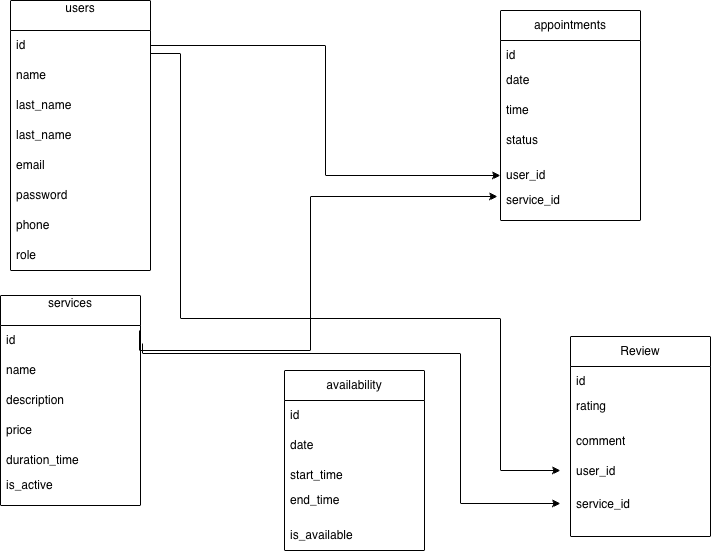
Earlier version of the draw.io export Diagrama sin título.drawio.png (MelinaZarateB/back-lusirius). Source tidied: cells renumbered, new cells last; positions are measured from the earlier drawing's top-left corner, leaving out a move shared by most shapes.
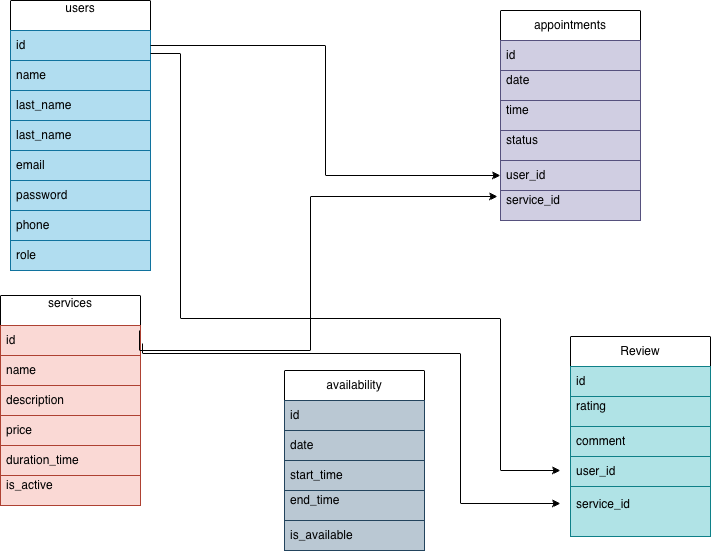
Above is the later version.

The edit, as a diff of the source:
```diff
@@ -5,76 +5,76 @@
     <mxCell id="2" value="users&lt;div&gt;&lt;br&gt;&lt;/div&gt;" style="swimlane;fontStyle=0;horizontal=1;startSize=30;whiteSpace=wrap;html=1;" parent="1" vertex="1">
       <mxGeometry x="10" width="140" height="270" as="geometry" />
     </mxCell>
-    <mxCell id="3" value="id" style="text;strokeColor=none;fillColor=none;align=left;verticalAlign=middle;spacingLeft=4;spacingRight=4;overflow=hidden;points=[[0,0.5],[1,0.5]];portConstraint=eastwest;whiteSpace=wrap;html=1;" parent="2" vertex="1">
+    <mxCell id="3" value="id" style="text;strokeColor=#10739e;fillColor=#b1ddf0;align=left;verticalAlign=middle;spacingLeft=4;spacingRight=4;overflow=hidden;points=[[0,0.5],[1,0.5]];portConstraint=eastwest;whiteSpace=wrap;html=1;" parent="2" vertex="1">
       <mxGeometry y="30" width="140" height="30" as="geometry" />
     </mxCell>
-    <mxCell id="4" value="name" style="text;strokeColor=none;fillColor=none;align=left;verticalAlign=middle;spacingLeft=4;spacingRight=4;overflow=hidden;whiteSpace=wrap;html=1;" parent="2" vertex="1">
+    <mxCell id="4" value="name" style="text;align=left;verticalAlign=middle;spacingLeft=4;spacingRight=4;overflow=hidden;whiteSpace=wrap;html=1;fillColor=#b1ddf0;strokeColor=#10739e;" parent="2" vertex="1">
       <mxGeometry y="60" width="140" height="30" as="geometry" />
     </mxCell>
-    <mxCell id="5" value="last_name" style="text;strokeColor=none;fillColor=none;align=left;verticalAlign=middle;spacingLeft=4;spacingRight=4;overflow=hidden;whiteSpace=wrap;html=1;" parent="2" vertex="1">
+    <mxCell id="5" value="last_name" style="text;strokeColor=#10739e;fillColor=#b1ddf0;align=left;verticalAlign=middle;spacingLeft=4;spacingRight=4;overflow=hidden;whiteSpace=wrap;html=1;" parent="2" vertex="1">
       <mxGeometry y="90" width="140" height="30" as="geometry" />
     </mxCell>
-    <mxCell id="6" value="last_name" style="text;strokeColor=none;fillColor=none;align=left;verticalAlign=middle;spacingLeft=4;spacingRight=4;overflow=hidden;whiteSpace=wrap;html=1;" parent="2" vertex="1">
+    <mxCell id="6" value="last_name" style="text;strokeColor=#10739e;fillColor=#b1ddf0;align=left;verticalAlign=middle;spacingLeft=4;spacingRight=4;overflow=hidden;whiteSpace=wrap;html=1;" parent="2" vertex="1">
       <mxGeometry y="120" width="140" height="30" as="geometry" />
     </mxCell>
-    <mxCell id="7" value="email" style="text;strokeColor=none;fillColor=none;align=left;verticalAlign=middle;spacingLeft=4;spacingRight=4;overflow=hidden;whiteSpace=wrap;html=1;" parent="2" vertex="1">
+    <mxCell id="7" value="email" style="text;strokeColor=#10739e;fillColor=#b1ddf0;align=left;verticalAlign=middle;spacingLeft=4;spacingRight=4;overflow=hidden;whiteSpace=wrap;html=1;" parent="2" vertex="1">
       <mxGeometry y="150" width="140" height="30" as="geometry" />
     </mxCell>
-    <mxCell id="8" value="password" style="text;strokeColor=none;fillColor=none;align=left;verticalAlign=middle;spacingLeft=4;spacingRight=4;overflow=hidden;whiteSpace=wrap;html=1;" parent="2" vertex="1">
+    <mxCell id="8" value="password" style="text;strokeColor=#10739e;fillColor=#b1ddf0;align=left;verticalAlign=middle;spacingLeft=4;spacingRight=4;overflow=hidden;whiteSpace=wrap;html=1;" parent="2" vertex="1">
       <mxGeometry y="180" width="140" height="30" as="geometry" />
     </mxCell>
-    <mxCell id="9" value="phone" style="text;strokeColor=none;fillColor=none;align=left;verticalAlign=middle;spacingLeft=4;spacingRight=4;overflow=hidden;whiteSpace=wrap;html=1;" parent="2" vertex="1">
+    <mxCell id="9" value="phone" style="text;strokeColor=#10739e;fillColor=#b1ddf0;align=left;verticalAlign=middle;spacingLeft=4;spacingRight=4;overflow=hidden;whiteSpace=wrap;html=1;" parent="2" vertex="1">
       <mxGeometry y="210" width="140" height="30" as="geometry" />
     </mxCell>
-    <mxCell id="10" value="role" style="text;strokeColor=none;fillColor=none;align=left;verticalAlign=middle;spacingLeft=4;spacingRight=4;overflow=hidden;whiteSpace=wrap;html=1;" parent="2" vertex="1">
+    <mxCell id="10" value="role" style="text;strokeColor=#10739e;fillColor=#b1ddf0;align=left;verticalAlign=middle;spacingLeft=4;spacingRight=4;overflow=hidden;whiteSpace=wrap;html=1;" parent="2" vertex="1">
       <mxGeometry y="240" width="140" height="30" as="geometry" />
     </mxCell>
     <mxCell id="11" value="services&lt;div&gt;&lt;br&gt;&lt;/div&gt;" style="swimlane;fontStyle=0;horizontal=1;startSize=30;whiteSpace=wrap;html=1;" parent="1" vertex="1">
       <mxGeometry y="295" width="140" height="210" as="geometry" />
     </mxCell>
-    <mxCell id="12" value="id" style="text;strokeColor=none;fillColor=none;align=left;verticalAlign=middle;spacingLeft=4;spacingRight=4;overflow=hidden;points=[[0,0.5],[1,0.5]];portConstraint=eastwest;whiteSpace=wrap;html=1;" parent="11" vertex="1">
+    <mxCell id="12" value="id" style="text;strokeColor=#ae4132;fillColor=#fad9d5;align=left;verticalAlign=middle;spacingLeft=4;spacingRight=4;overflow=hidden;points=[[0,0.5],[1,0.5]];portConstraint=eastwest;whiteSpace=wrap;html=1;" parent="11" vertex="1">
       <mxGeometry y="30" width="140" height="30" as="geometry" />
     </mxCell>
-    <mxCell id="13" value="name" style="text;strokeColor=none;fillColor=none;align=left;verticalAlign=middle;spacingLeft=4;spacingRight=4;overflow=hidden;whiteSpace=wrap;html=1;" parent="11" vertex="1">
+    <mxCell id="13" value="name" style="text;strokeColor=#ae4132;fillColor=#fad9d5;align=left;verticalAlign=middle;spacingLeft=4;spacingRight=4;overflow=hidden;whiteSpace=wrap;html=1;" parent="11" vertex="1">
       <mxGeometry y="60" width="140" height="30" as="geometry" />
     </mxCell>
-    <mxCell id="14" value="description" style="text;strokeColor=none;fillColor=none;align=left;verticalAlign=middle;spacingLeft=4;spacingRight=4;overflow=hidden;whiteSpace=wrap;html=1;" parent="11" vertex="1">
+    <mxCell id="14" value="description" style="text;strokeColor=#ae4132;fillColor=#fad9d5;align=left;verticalAlign=middle;spacingLeft=4;spacingRight=4;overflow=hidden;whiteSpace=wrap;html=1;" parent="11" vertex="1">
       <mxGeometry y="90" width="140" height="30" as="geometry" />
     </mxCell>
-    <mxCell id="15" value="price" style="text;strokeColor=none;fillColor=none;align=left;verticalAlign=middle;spacingLeft=4;spacingRight=4;overflow=hidden;whiteSpace=wrap;html=1;" parent="11" vertex="1">
+    <mxCell id="15" value="price" style="text;strokeColor=#ae4132;fillColor=#fad9d5;align=left;verticalAlign=middle;spacingLeft=4;spacingRight=4;overflow=hidden;whiteSpace=wrap;html=1;" parent="11" vertex="1">
       <mxGeometry y="120" width="140" height="30" as="geometry" />
     </mxCell>
-    <mxCell id="16" value="duration_time" style="text;strokeColor=none;fillColor=none;align=left;verticalAlign=middle;spacingLeft=4;spacingRight=4;overflow=hidden;whiteSpace=wrap;html=1;" parent="11" vertex="1">
+    <mxCell id="16" value="duration_time" style="text;strokeColor=#ae4132;fillColor=#fad9d5;align=left;verticalAlign=middle;spacingLeft=4;spacingRight=4;overflow=hidden;whiteSpace=wrap;html=1;" parent="11" vertex="1">
       <mxGeometry y="150" width="140" height="30" as="geometry" />
     </mxCell>
-    <mxCell id="17" value="is_active&lt;div&gt;&lt;br&gt;&lt;/div&gt;" style="text;strokeColor=none;fillColor=none;align=left;verticalAlign=middle;spacingLeft=4;spacingRight=4;overflow=hidden;whiteSpace=wrap;html=1;" parent="11" vertex="1">
+    <mxCell id="17" value="is_active&lt;div&gt;&lt;br&gt;&lt;/div&gt;" style="text;strokeColor=#ae4132;fillColor=#fad9d5;align=left;verticalAlign=middle;spacingLeft=4;spacingRight=4;overflow=hidden;whiteSpace=wrap;html=1;" parent="11" vertex="1">
       <mxGeometry y="180" width="140" height="30" as="geometry" />
     </mxCell>
     <mxCell id="18" value="appointments" style="swimlane;fontStyle=0;horizontal=1;startSize=30;whiteSpace=wrap;html=1;" parent="1" vertex="1">
       <mxGeometry x="500" y="10" width="140" height="210" as="geometry" />
     </mxCell>
-    <mxCell id="19" value="id" style="text;strokeColor=none;fillColor=none;align=left;verticalAlign=middle;spacingLeft=4;spacingRight=4;overflow=hidden;whiteSpace=wrap;html=1;" parent="18" vertex="1">
+    <mxCell id="19" value="id" style="text;strokeColor=#56517e;fillColor=#d0cee2;align=left;verticalAlign=middle;spacingLeft=4;spacingRight=4;overflow=hidden;whiteSpace=wrap;html=1;" parent="18" vertex="1">
       <mxGeometry y="30" width="140" height="30" as="geometry" />
     </mxCell>
-    <mxCell id="20" value="date&lt;div&gt;&lt;br&gt;&lt;/div&gt;" style="text;strokeColor=none;fillColor=none;align=left;verticalAlign=middle;spacingLeft=4;spacingRight=4;overflow=hidden;whiteSpace=wrap;html=1;" parent="18" vertex="1">
+    <mxCell id="20" value="date&lt;div&gt;&lt;br&gt;&lt;/div&gt;" style="text;strokeColor=#56517e;fillColor=#d0cee2;align=left;verticalAlign=middle;spacingLeft=4;spacingRight=4;overflow=hidden;whiteSpace=wrap;html=1;" parent="18" vertex="1">
       <mxGeometry y="60" width="140" height="30" as="geometry" />
     </mxCell>
-    <mxCell id="21" value="time&lt;div&gt;&lt;br&gt;&lt;/div&gt;" style="text;strokeColor=none;fillColor=none;align=left;verticalAlign=middle;spacingLeft=4;spacingRight=4;overflow=hidden;whiteSpace=wrap;html=1;" parent="18" vertex="1">
+    <mxCell id="21" value="time&lt;div&gt;&lt;br&gt;&lt;/div&gt;" style="text;strokeColor=#56517e;fillColor=#d0cee2;align=left;verticalAlign=middle;spacingLeft=4;spacingRight=4;overflow=hidden;whiteSpace=wrap;html=1;" parent="18" vertex="1">
       <mxGeometry y="90" width="140" height="30" as="geometry" />
     </mxCell>
-    <mxCell id="22" value="&lt;div&gt;status&lt;/div&gt;&lt;div&gt;&lt;br&gt;&lt;/div&gt;" style="text;strokeColor=none;fillColor=none;align=left;verticalAlign=middle;spacingLeft=4;spacingRight=4;overflow=hidden;whiteSpace=wrap;html=1;" parent="18" vertex="1">
+    <mxCell id="22" value="&lt;div&gt;status&lt;/div&gt;&lt;div&gt;&lt;br&gt;&lt;/div&gt;" style="text;strokeColor=#56517e;fillColor=#d0cee2;align=left;verticalAlign=middle;spacingLeft=4;spacingRight=4;overflow=hidden;whiteSpace=wrap;html=1;" parent="18" vertex="1">
       <mxGeometry y="120" width="140" height="30" as="geometry" />
     </mxCell>
-    <mxCell id="23" value="&lt;div&gt;user_id&lt;/div&gt;" style="text;strokeColor=none;fillColor=none;align=left;verticalAlign=middle;spacingLeft=4;spacingRight=4;overflow=hidden;points=[[0,0.5],[1,0.5]];portConstraint=eastwest;whiteSpace=wrap;html=1;" parent="18" vertex="1">
+    <mxCell id="23" value="&lt;div&gt;user_id&lt;/div&gt;" style="text;strokeColor=#56517e;fillColor=#d0cee2;align=left;verticalAlign=middle;spacingLeft=4;spacingRight=4;overflow=hidden;points=[[0,0.5],[1,0.5]];portConstraint=eastwest;whiteSpace=wrap;html=1;" parent="18" vertex="1">
       <mxGeometry y="150" width="140" height="30" as="geometry" />
     </mxCell>
-    <mxCell id="24" value="&lt;div&gt;service_id&lt;/div&gt;&lt;div&gt;&lt;br&gt;&lt;/div&gt;" style="text;strokeColor=none;fillColor=none;align=left;verticalAlign=middle;spacingLeft=4;spacingRight=4;overflow=hidden;points=[[0,0.5],[1,0.5]];portConstraint=eastwest;whiteSpace=wrap;html=1;" parent="18" vertex="1">
+    <mxCell id="24" value="&lt;div&gt;service_id&lt;/div&gt;&lt;div&gt;&lt;br&gt;&lt;/div&gt;" style="text;strokeColor=#56517e;fillColor=#d0cee2;align=left;verticalAlign=middle;spacingLeft=4;spacingRight=4;overflow=hidden;points=[[0,0.5],[1,0.5]];portConstraint=eastwest;whiteSpace=wrap;html=1;" parent="18" vertex="1">
       <mxGeometry y="180" width="140" height="30" as="geometry" />
     </mxCell>
-    <mxCell id="25" style="edgeStyle=orthogonalEdgeStyle;rounded=0;jettySize=auto;html=1;exitX=1;exitY=0.5;exitDx=0;exitDy=0;entryX=0;entryY=0.5;entryDx=0;entryDy=0;" parent="1" edge="1" source="3" target="23">
+    <mxCell id="25" style="edgeStyle=orthogonalEdgeStyle;rounded=0;jettySize=auto;html=1;exitX=1;exitY=0.5;exitDx=0;exitDy=0;entryX=0;entryY=0.5;entryDx=0;entryDy=0;strokeColor=light-dark(#000000,#007FFF);" parent="1" edge="1" source="3" target="23">
       <mxGeometry relative="1" as="geometry" />
     </mxCell>
-    <mxCell id="26" style="edgeStyle=orthogonalEdgeStyle;rounded=0;jettySize=auto;html=1;entryX=-0.021;entryY=0.2;entryDx=0;entryDy=0;entryPerimeter=0;exitX=0.993;exitY=0.167;exitDx=0;exitDy=0;exitPerimeter=0;" parent="1" edge="1" source="12" target="24">
+    <mxCell id="26" style="edgeStyle=orthogonalEdgeStyle;rounded=0;jettySize=auto;html=1;entryX=-0.021;entryY=0.2;entryDx=0;entryDy=0;entryPerimeter=0;exitX=0.993;exitY=0.167;exitDx=0;exitDy=0;exitPerimeter=0;strokeColor=light-dark(#000000,#FF0000);" parent="1" edge="1" source="12" target="24">
       <mxGeometry relative="1" as="geometry">
         <Array as="points">
           <mxPoint x="310" y="350" />
@@ -85,40 +85,40 @@
     <mxCell id="27" value="availability" style="swimlane;fontStyle=0;horizontal=1;startSize=30;whiteSpace=wrap;html=1;" parent="1" vertex="1">
       <mxGeometry x="284" y="370" width="140" height="180" as="geometry" />
     </mxCell>
-    <mxCell id="28" value="id" style="text;strokeColor=none;fillColor=none;align=left;verticalAlign=middle;spacingLeft=4;spacingRight=4;overflow=hidden;whiteSpace=wrap;html=1;" parent="27" vertex="1">
+    <mxCell id="28" value="id" style="text;strokeColor=#23445d;fillColor=#bac8d3;align=left;verticalAlign=middle;spacingLeft=4;spacingRight=4;overflow=hidden;whiteSpace=wrap;html=1;" parent="27" vertex="1">
       <mxGeometry y="30" width="140" height="30" as="geometry" />
     </mxCell>
-    <mxCell id="29" value="date" style="text;strokeColor=none;fillColor=none;align=left;verticalAlign=middle;spacingLeft=4;spacingRight=4;overflow=hidden;whiteSpace=wrap;html=1;" parent="27" vertex="1">
+    <mxCell id="29" value="date" style="text;strokeColor=#23445d;fillColor=#bac8d3;align=left;verticalAlign=middle;spacingLeft=4;spacingRight=4;overflow=hidden;whiteSpace=wrap;html=1;" parent="27" vertex="1">
       <mxGeometry y="60" width="140" height="30" as="geometry" />
     </mxCell>
-    <mxCell id="30" value="start_time" style="text;strokeColor=none;fillColor=none;align=left;verticalAlign=middle;spacingLeft=4;spacingRight=4;overflow=hidden;whiteSpace=wrap;html=1;" parent="27" vertex="1">
+    <mxCell id="30" value="start_time" style="text;strokeColor=#23445d;fillColor=#bac8d3;align=left;verticalAlign=middle;spacingLeft=4;spacingRight=4;overflow=hidden;whiteSpace=wrap;html=1;" parent="27" vertex="1">
       <mxGeometry y="90" width="140" height="30" as="geometry" />
     </mxCell>
-    <mxCell id="31" value="end_time&lt;div&gt;&lt;br&gt;&lt;/div&gt;" style="text;strokeColor=none;fillColor=none;align=left;verticalAlign=middle;spacingLeft=4;spacingRight=4;overflow=hidden;whiteSpace=wrap;html=1;" parent="27" vertex="1">
+    <mxCell id="31" value="end_time&lt;div&gt;&lt;br&gt;&lt;/div&gt;" style="text;strokeColor=#23445d;fillColor=#bac8d3;align=left;verticalAlign=middle;spacingLeft=4;spacingRight=4;overflow=hidden;whiteSpace=wrap;html=1;" parent="27" vertex="1">
       <mxGeometry y="120" width="140" height="30" as="geometry" />
     </mxCell>
-    <mxCell id="32" value="&lt;div&gt;is_available&lt;/div&gt;" style="text;strokeColor=none;fillColor=none;align=left;verticalAlign=middle;spacingLeft=4;spacingRight=4;overflow=hidden;whiteSpace=wrap;html=1;" parent="27" vertex="1">
+    <mxCell id="32" value="&lt;div&gt;is_available&lt;/div&gt;" style="text;strokeColor=#23445d;fillColor=#bac8d3;align=left;verticalAlign=middle;spacingLeft=4;spacingRight=4;overflow=hidden;whiteSpace=wrap;html=1;" parent="27" vertex="1">
       <mxGeometry y="150" width="140" height="30" as="geometry" />
     </mxCell>
     <mxCell id="33" value="Review" style="swimlane;fontStyle=0;horizontal=1;startSize=30;whiteSpace=wrap;html=1;" parent="1" vertex="1">
       <mxGeometry x="570" y="336" width="140" height="200" as="geometry" />
     </mxCell>
-    <mxCell id="34" value="id" style="text;strokeColor=none;fillColor=none;align=left;verticalAlign=middle;spacingLeft=4;spacingRight=4;overflow=hidden;whiteSpace=wrap;html=1;" parent="33" vertex="1">
+    <mxCell id="34" value="id" style="text;strokeColor=#0e8088;fillColor=#b0e3e6;align=left;verticalAlign=middle;spacingLeft=4;spacingRight=4;overflow=hidden;whiteSpace=wrap;html=1;" parent="33" vertex="1">
       <mxGeometry y="30" width="140" height="30" as="geometry" />
     </mxCell>
-    <mxCell id="35" value="rating&lt;div&gt;&lt;br&gt;&lt;/div&gt;" style="text;strokeColor=none;fillColor=none;align=left;verticalAlign=middle;spacingLeft=4;spacingRight=4;overflow=hidden;whiteSpace=wrap;html=1;" parent="33" vertex="1">
+    <mxCell id="35" value="rating&lt;div&gt;&lt;br&gt;&lt;/div&gt;" style="text;strokeColor=#0e8088;fillColor=#b0e3e6;align=left;verticalAlign=middle;spacingLeft=4;spacingRight=4;overflow=hidden;whiteSpace=wrap;html=1;" parent="33" vertex="1">
       <mxGeometry y="60" width="140" height="30" as="geometry" />
     </mxCell>
-    <mxCell id="36" value="comment" style="text;strokeColor=none;fillColor=none;align=left;verticalAlign=middle;spacingLeft=4;spacingRight=4;overflow=hidden;whiteSpace=wrap;html=1;" parent="33" vertex="1">
+    <mxCell id="36" value="comment" style="text;strokeColor=#0e8088;fillColor=#b0e3e6;align=left;verticalAlign=middle;spacingLeft=4;spacingRight=4;overflow=hidden;whiteSpace=wrap;html=1;" parent="33" vertex="1">
       <mxGeometry y="90" width="140" height="30" as="geometry" />
     </mxCell>
-    <mxCell id="37" value="user_id" style="text;strokeColor=none;fillColor=none;align=left;verticalAlign=middle;spacingLeft=4;spacingRight=4;overflow=hidden;whiteSpace=wrap;html=1;" parent="33" vertex="1">
+    <mxCell id="37" value="user_id" style="text;strokeColor=#0e8088;fillColor=#b0e3e6;align=left;verticalAlign=middle;spacingLeft=4;spacingRight=4;overflow=hidden;whiteSpace=wrap;html=1;" parent="33" vertex="1">
       <mxGeometry y="120" width="140" height="30" as="geometry" />
     </mxCell>
-    <mxCell id="38" value="service_id&lt;div&gt;&lt;br&gt;&lt;/div&gt;" style="text;strokeColor=none;fillColor=none;align=left;verticalAlign=middle;spacingLeft=4;spacingRight=4;overflow=hidden;whiteSpace=wrap;html=1;" parent="33" vertex="1">
+    <mxCell id="38" value="service_id&lt;div&gt;&lt;br&gt;&lt;/div&gt;" style="text;strokeColor=#0e8088;fillColor=#b0e3e6;align=left;verticalAlign=middle;spacingLeft=4;spacingRight=4;overflow=hidden;whiteSpace=wrap;html=1;" parent="33" vertex="1">
       <mxGeometry y="150" width="140" height="50" as="geometry" />
     </mxCell>
-    <mxCell id="39" style="edgeStyle=orthogonalEdgeStyle;rounded=0;orthogonalLoop=1;jettySize=auto;html=1;exitX=1;exitY=0.5;exitDx=0;exitDy=0;" parent="1" edge="1">
+    <mxCell id="39" style="edgeStyle=orthogonalEdgeStyle;rounded=0;orthogonalLoop=1;jettySize=auto;html=1;exitX=1;exitY=0.5;exitDx=0;exitDy=0;strokeColor=light-dark(#000000,#007FFF);" parent="1" edge="1">
       <mxGeometry relative="1" as="geometry">
         <mxPoint x="150" y="53" as="sourcePoint" />
         <mxPoint x="560" y="470" as="targetPoint" />
@@ -130,7 +130,7 @@
         </Array>
       </mxGeometry>
     </mxCell>
-    <mxCell id="40" style="edgeStyle=orthogonalEdgeStyle;rounded=0;orthogonalLoop=1;jettySize=auto;html=1;exitX=0.993;exitY=0.167;exitDx=0;exitDy=0;exitPerimeter=0;" parent="1" edge="1">
+    <mxCell id="40" style="edgeStyle=orthogonalEdgeStyle;rounded=0;orthogonalLoop=1;jettySize=auto;html=1;exitX=0.993;exitY=0.167;exitDx=0;exitDy=0;exitPerimeter=0;strokeColor=light-dark(#000000,#FF0000);" parent="1" edge="1">
       <mxGeometry relative="1" as="geometry">
         <mxPoint x="142" y="343" as="sourcePoint" />
         <mxPoint x="560" y="503" as="targetPoint" />
```
